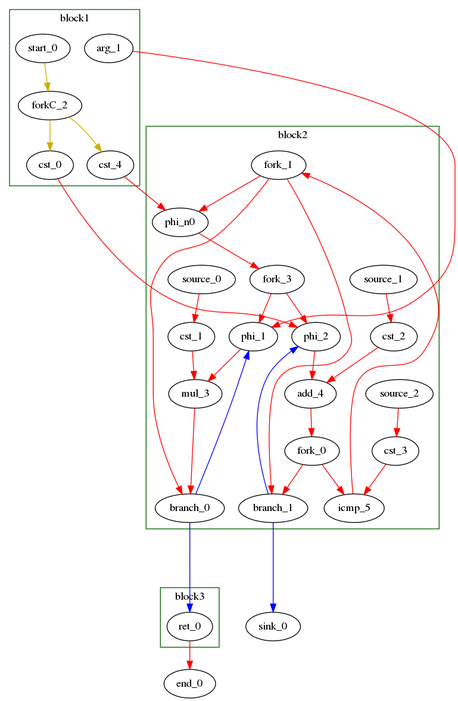
Above: Regression_test/examples/fir/reports/fir.png in radigianluca/tagged-token-delivery (Graphviz), before the change. Its source is kept beside it as Regression_test/examples/fir/reports/fir.dot.
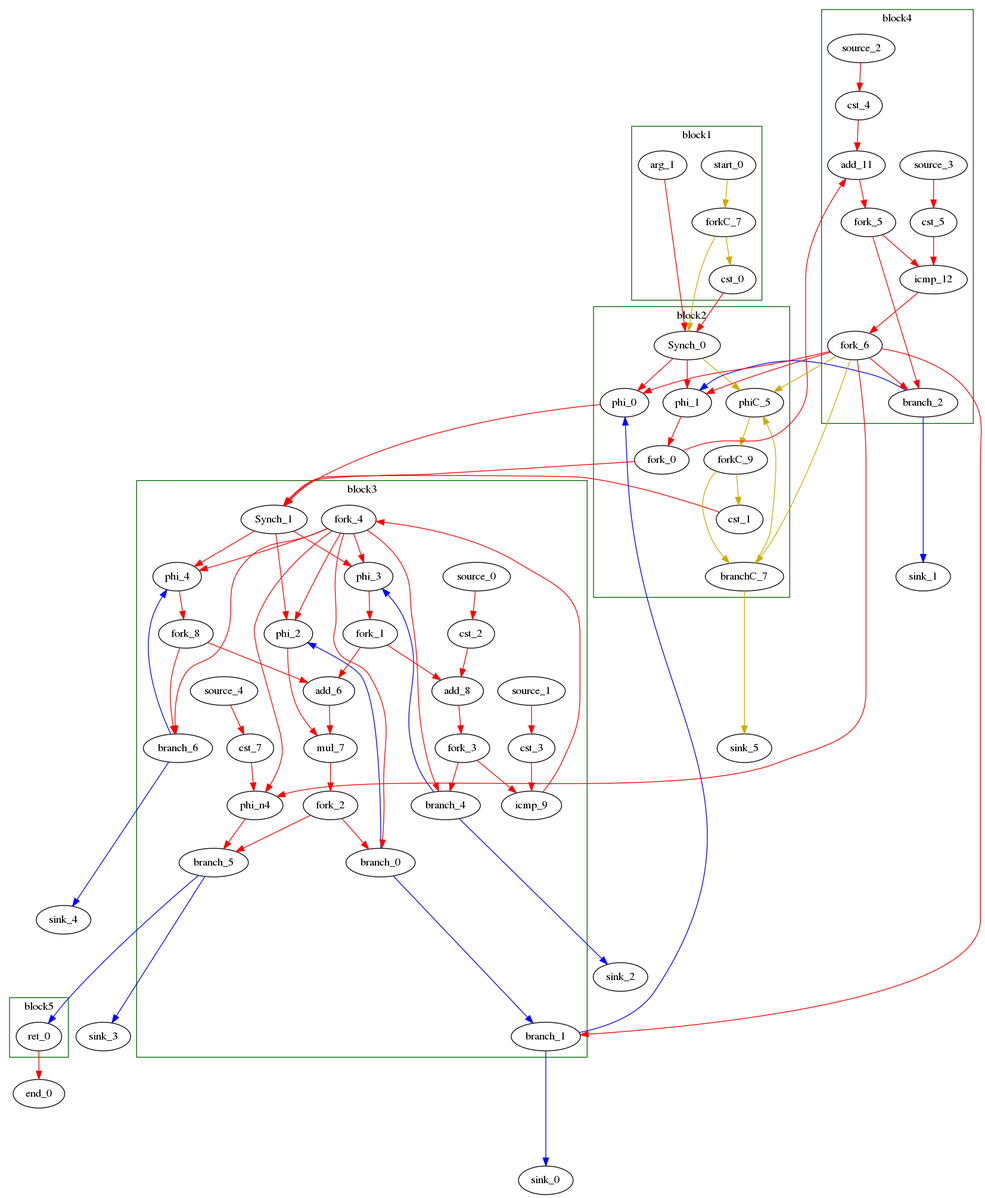
After the commit.

The edit, as a diff of the source:
```diff
@@ -7,72 +7,161 @@
 		"arg_1" [type = "Entry", bbID= 1, in = "in1:32", out = "out1:32"];
 		"cst_0" [type = "Constant", bbID= 1, in = "in1:32", out = "out1:32", value = "0x00000000"];
 		"start_0" [type = "Entry", control= "true", bbID= 1, in = "in1:0", out = "out1:0"];
-		"cst_4" [type = "Constant", bbID= 1, in = "in1:32", out = "out1:32", value = "0x00000001"];
-		"forkC_2" [type = "Fork", bbID= 1, in = "in1:0", out = "out1:0 out2:0 "];
+		"forkC_7" [type = "Fork", bbID= 1, in = "in1:0", out = "out1:0 out2:0 "];
 
 	}
 
 	subgraph cluster_1 {
 	color = "darkgreen";
 		label = "block2";
-		"phi_1" [type = "Mux", bbID= 2, in = "in1?:1 in2:32 in3:32 ", out = "out1:32", delay=0.366];
-		"phi_2" [type = "Mux", bbID= 2, in = "in1?:1 in2:32 in3:32 ", out = "out1:32", delay=0.366];
-		"cst_1" [type = "Constant", bbID= 2, in = "in1:32", out = "out1:32", value = "0x00000005"];
-		"mul_3" [type = "Operator", bbID= 2, op = "mul_op", in = "in1:32 in2:32 ", out = "out1:32 ", delay=0.000, latency=4, II=1];
-		"cst_2" [type = "Constant", bbID= 2, in = "in1:32", out = "out1:32", value = "0x00000001"];
-		"add_4" [type = "Operator", bbID= 2, op = "add_op", in = "in1:32 in2:32 ", out = "out1:32 ", delay=1.693, latency=0, II=1];
-		"cst_3" [type = "Constant", bbID= 2, in = "in1:32", out = "out1:32", value = "0x00000003"];
-		"icmp_5" [type = "Operator", bbID= 2, op = "icmp_ult_op", in = "in1:32 in2:32 ", out = "out1:1 ", delay=1.530, latency=0, II=1];
-		"source_0" [type = "Source", bbID= 2, out = "out1:0"];
-		"source_1" [type = "Source", bbID= 2, out = "out1:0"];
-		"source_2" [type = "Source", bbID= 2, out = "out1:0"];
-		"branch_0" [type = "Branch", bbID= 2,  in = "in1:32 in2?:1*i", out = "out1+:32 out2-:32"];
-		"phi_n0" [type = "Merge", bbID= 2, in = "in1:32 in2:32*i ", out = "out1:32", delay=0.366];
-		"branch_1" [type = "Branch", bbID= 2,  in = "in1:32 in2?:1*i", out = "out1+:32 out2-:32"];
+		"phi_0" [type = "LoopMux", bbID= 2, in = "in1?:1 in2:32 in3:32 ", out = "out1:32", delay=0.366];
+		"phi_1" [type = "LoopMux", bbID= 2, in = "in1?:1 in2:32 in3:32 ", out = "out1:32", delay=0.366];
+		"cst_1" [type = "Constant", bbID= 2, in = "in1:32", out = "out1:32", value = "0x00000000"];
+		"phiC_5" [type = "LoopMux", bbID= 2, in = "in1?:1 in2:0 in3:0 ", out = "out1:0", delay=0.166];
+		"branchC_7" [type = "Branch", bbID= 2,  in = "in1:0 in2?:1*i", out = "out1+:0 out2-:0"];
+		"Synch_0" [type = "Synch", bbID= 2, in = " in1:32 in2:32 in3:32", out = " out1:32 out2:32 out3:32"];
 		"fork_0" [type = "Fork", bbID= 2, in = "in1:32", out = "out1:32 out2:32 "];
-		"fork_1" [type = "Fork", bbID= 2, in = "in1:32", out = "out1:32 out2:32 out3:32 "];
-		"fork_3" [type = "Fork", bbID= 2, in = "in1:32", out = "out1:32 out2:32 "];
+		"forkC_9" [type = "Fork", bbID= 2, in = "in1:0", out = "out1:0 out2:0 "];
 
 	}
 
 	subgraph cluster_2 {
 	color = "darkgreen";
 		label = "block3";
-		"ret_0" [type = "Operator", bbID= 3, op = "ret_op", in = "in1:32 ", out = "out1:32 ", delay=0.000, latency=0, II=1];
+		"phi_2" [type = "LoopMux", bbID= 3, in = "in1?:1 in2:32 in3:32 ", out = "out1:32", delay=0.366];
+		"phi_3" [type = "LoopMux", bbID= 3, in = "in1?:1 in2:32 in3:32 ", out = "out1:32", delay=0.366];
+		"add_6" [type = "Operator", bbID= 3, op = "add_op", in = "in1:32 in2:32 ", out = "out1:32 ", delay=1.693, latency=0, II=1];
+		"mul_7" [type = "Operator", bbID= 3, op = "mul_op", in = "in1:32 in2:32 ", out = "out1:32 ", delay=0.000, latency=4, II=1];
+		"cst_2" [type = "Constant", bbID= 3, in = "in1:32", out = "out1:32", value = "0x00000001"];
+		"add_8" [type = "Operator", bbID= 3, op = "add_op", in = "in1:32 in2:32 ", out = "out1:32 ", delay=1.693, latency=0, II=1];
+		"cst_3" [type = "Constant", bbID= 3, in = "in1:32", out = "out1:32", value = "0x0000000A"];
+		"icmp_9" [type = "Operator", bbID= 3, op = "icmp_ult_op", in = "in1:32 in2:32 ", out = "out1:1 ", delay=1.530, latency=0, II=1];
+		"source_0" [type = "Source", bbID= 3, out = "out1:0"];
+		"source_1" [type = "Source", bbID= 3, out = "out1:0"];
+		"phi_4" [type = "LoopMux", bbID= 3, in = "in1?:1 in2:32 in3:32 ", out = "out1:32", delay=0.366];
+		"branch_0" [type = "Branch", bbID= 3,  in = "in1:32 in2?:1", out = "out1+:32 out2-:32"];
+		"branch_1" [type = "Branch", bbID= 3,  in = "in1:32 in2?:1*i", out = "out1+:32 out2-:32"];
+		"branch_4" [type = "Branch", bbID= 3,  in = "in1:32 in2?:1*i", out = "out1+:32 out2-:32"];
+		"phi_n4" [type = "Mux", bbID= 3, in = "in1?:1 in2:32 in3:32 ", out = "out1:32", delay=0.366];
+		"cst_7" [type = "Constant", bbID= 3, in = "in1:32", out = "out1:32", value = "0x00000001"];
+		"source_4" [type = "Source", bbID= 3, out = "out1:0"];
+		"branch_5" [type = "Branch", bbID= 3,  in = "in1:32 in2?:1", out = "out1+:32 out2-:32"];
+		"branch_6" [type = "Branch", bbID= 3,  in = "in1:32 in2?:1*i", out = "out1+:32 out2-:32"];
+		"Synch_1" [type = "Synch", bbID= 3, in = " in1:32 in2:32 in3:32", out = " out1:32 out2:32 out3:32"];
+		"fork_1" [type = "Fork", bbID= 3, in = "in1:32", out = "out1:32 out2:32 "];
+		"fork_2" [type = "Fork", bbID= 3, in = "in1:32", out = "out1:32 out2:32 "];
+		"fork_3" [type = "Fork", bbID= 3, in = "in1:32", out = "out1:32 out2:32 "];
+		"fork_4" [type = "Fork", bbID= 3, in = "in1:32", out = "out1:32 out2:32 out3:32 out4:32 out5:32 out6:32 out7:32 "];
+		"fork_8" [type = "Fork", bbID= 3, in = "in1:32", out = "out1:32 out2:32 "];
+
+	}
+
+	subgraph cluster_3 {
+	color = "darkgreen";
+		label = "block4";
+		"cst_4" [type = "Constant", bbID= 4, in = "in1:32", out = "out1:32", value = "0x00000001"];
+		"add_11" [type = "Operator", bbID= 4, op = "add_op", in = "in1:32 in2:32 ", out = "out1:32 ", delay=1.693, latency=0, II=1];
+		"cst_5" [type = "Constant", bbID= 4, in = "in1:32", out = "out1:32", value = "0x0000000A"];
+		"icmp_12" [type = "Operator", bbID= 4, op = "icmp_ult_op", in = "in1:32 in2:32 ", out = "out1:1 ", delay=1.530, latency=0, II=1];
+		"source_2" [type = "Source", bbID= 4, out = "out1:0"];
+		"source_3" [type = "Source", bbID= 4, out = "out1:0"];
+		"branch_2" [type = "Branch", bbID= 4,  in = "in1:32 in2?:1*i", out = "out1+:32 out2-:32"];
+		"fork_5" [type = "Fork", bbID= 4, in = "in1:32", out = "out1:32 out2:32 "];
+		"fork_6" [type = "Fork", bbID= 4, in = "in1:32", out = "out1:32 out2:32 out3:32 out4:32 out5:32 out6:32 out7:32 "];
+
+	}
+
+	subgraph cluster_4 {
+	color = "darkgreen";
+		label = "block5";
+		"ret_0" [type = "Operator", bbID= 5, op = "ret_op", in = "in1:32 ", out = "out1:32 ", delay=0.000, latency=0, II=1];
 
 	}
 	"sink_0" [type = "Sink", bbID= 0, in = "in1:32"];
+	"sink_1" [type = "Sink", bbID= 0, in = "in1:32"];
+	"sink_2" [type = "Sink", bbID= 0, in = "in1:32"];
+	"sink_3" [type = "Sink", bbID= 0, in = "in1:32"];
+	"sink_4" [type = "Sink", bbID= 0, in = "in1:32"];
+	"sink_5" [type = "Sink", bbID= 0, in = "in1:0"];
 	"end_0" [type = "Exit", bbID= 0, in = "in1:32 ", out = "out1:32"];
 
-	"arg_1" -> "phi_1" [color = "red", from = "out1", to = "in3"];
-	"phi_1" -> "mul_3" [color = "red", from = "out1", to = "in1"];
-	"cst_0" -> "phi_2" [color = "red", from = "out1", to = "in3"];
-	"phi_2" -> "add_4" [color = "red", from = "out1", to = "in1"];
-	"cst_1" -> "mul_3" [color = "red", from = "out1", to = "in2"];
-	"mul_3" -> "branch_0" [color = "red", from = "out1", to = "in1"];
-	"cst_2" -> "add_4" [color = "red", from = "out1", to = "in2"];
-	"add_4" -> "fork_0" [color = "red", from = "out1", to = "in1"];
-	"cst_3" -> "icmp_5" [color = "red", from = "out1", to = "in2"];
-	"icmp_5" -> "fork_1" [color = "red", from = "out1", to = "in1"];
+	"arg_1" -> "Synch_0" [color = "red", from = "out1", to = "in1"];
+	"phi_0" -> "Synch_1" [color = "red", from = "out1", to = "in1"];
+	"cst_0" -> "Synch_0" [color = "red", from = "out1", to = "in2"];
+	"phi_1" -> "fork_0" [color = "red", from = "out1", to = "in1"];
+	"phi_2" -> "mul_7" [color = "red", from = "out1", to = "in1"];
+	"cst_1" -> "Synch_1" [color = "red", from = "out1", to = "in2"];
+	"phi_3" -> "fork_1" [color = "red", from = "out1", to = "in1"];
+	"add_6" -> "mul_7" [color = "red", from = "out1", to = "in2"];
+	"mul_7" -> "fork_2" [color = "red", from = "out1", to = "in1"];
+	"cst_2" -> "add_8" [color = "red", from = "out1", to = "in2"];
+	"add_8" -> "fork_3" [color = "red", from = "out1", to = "in1"];
+	"cst_3" -> "icmp_9" [color = "red", from = "out1", to = "in2"];
+	"icmp_9" -> "fork_4" [color = "red", from = "out1", to = "in1"];
+	"cst_4" -> "add_11" [color = "red", from = "out1", to = "in2"];
+	"add_11" -> "fork_5" [color = "red", from = "out1", to = "in1"];
+	"cst_5" -> "icmp_12" [color = "red", from = "out1", to = "in2"];
+	"icmp_12" -> "fork_6" [color = "red", from = "out1", to = "in1"];
 	"ret_0" -> "end_0" [color = "red", from = "out1", to = "in1"];
-	"source_0" -> "cst_1" [color = "red", from = "out1", to = "in1"];
-	"source_1" -> "cst_2" [color = "red", from = "out1", to = "in1"];
-	"source_2" -> "cst_3" [color = "red", from = "out1", to = "in1"];
-	"start_0" -> "forkC_2" [color = "gold3", from = "out1", to = "in1"];
-	"branch_0" -> "ret_0" [color = "blue", minlen = 3, from = "out1", to = "in1"];
-	"branch_0" -> "phi_1" [color = "blue", minlen = 3, from = "out2", to = "in2"];
-	"phi_n0" -> "fork_3" [color = "red", from = "out1", to = "in1"];
-	"cst_4" -> "phi_n0" [color = "red", from = "out1", to = "in1"];
+	"source_0" -> "cst_2" [color = "red", from = "out1", to = "in1"];
+	"source_1" -> "cst_3" [color = "red", from = "out1", to = "in1"];
+	"source_2" -> "cst_4" [color = "red", from = "out1", to = "in1"];
+	"source_3" -> "cst_5" [color = "red", from = "out1", to = "in1"];
+	"start_0" -> "forkC_7" [color = "gold3", from = "out1", to = "in1"];
+	"phi_4" -> "fork_8" [color = "red", from = "out1", to = "in1"];
+	"phiC_5" -> "forkC_9" [color = "gold3", from = "out1", to = "in1"];
+	"branch_0" -> "phi_2" [color = "blue", minlen = 3, from = "out1", to = "in3"];
+	"branch_0" -> "branch_1" [color = "blue", minlen = 3, from = "out2", to = "in1"];
 	"branch_1" -> "sink_0" [color = "blue", minlen = 3, from = "out1", to = "in1"];
-	"branch_1" -> "phi_2" [color = "blue", minlen = 3, from = "out2", to = "in2"];
-	"fork_0" -> "icmp_5" [color = "red", from = "out1", to = "in1"];
-	"fork_0" -> "branch_1" [color = "red", from = "out2", to = "in1"];
-	"fork_1" -> "branch_0" [color = "red", from = "out1", to = "in2"];
-	"fork_1" -> "phi_n0" [color = "red", from = "out2", to = "in2"];
-	"fork_1" -> "branch_1" [color = "red", from = "out3", to = "in2"];
-	"forkC_2" -> "cst_0" [color = "gold3", from = "out1", to = "in1"];
-	"forkC_2" -> "cst_4" [color = "gold3", from = "out2", to = "in1"];
-	"fork_3" -> "phi_1" [color = "red", from = "out1", to = "in1"];
-	"fork_3" -> "phi_2" [color = "red", from = "out2", to = "in1"];
+	"branch_1" -> "phi_0" [color = "blue", minlen = 3, from = "out2", to = "in3"];
+	"branch_2" -> "sink_1" [color = "blue", minlen = 3, from = "out1", to = "in1"];
+	"branch_2" -> "phi_1" [color = "blue", minlen = 3, from = "out2", to = "in3"];
+	"branch_4" -> "sink_2" [color = "blue", minlen = 3, from = "out1", to = "in1"];
+	"branch_4" -> "phi_3" [color = "blue", minlen = 3, from = "out2", to = "in3"];
+	"phi_n4" -> "branch_5" [color = "red", from = "out1", to = "in2"];
+	"cst_7" -> "phi_n4" [color = "red", from = "out1", to = "in3"];
+	"source_4" -> "cst_7" [color = "red", from = "out1", to = "in1"];
+	"branch_5" -> "sink_3" [color = "blue", minlen = 3, from = "out1", to = "in1"];
+	"branch_5" -> "ret_0" [color = "blue", minlen = 3, from = "out2", to = "in1"];
+	"branch_6" -> "sink_4" [color = "blue", minlen = 3, from = "out1", to = "in1"];
+	"branch_6" -> "phi_4" [color = "blue", minlen = 3, from = "out2", to = "in3"];
+	"branchC_7" -> "sink_5" [color = "gold3", minlen = 3, from = "out1", to = "in1"];
+	"branchC_7" -> "phiC_5" [color = "gold3", minlen = 3, from = "out2", to = "in3"];
+	"Synch_0" -> "phi_0" [color = "red", from = "out1", to = "in2"];
+	"Synch_0" -> "phi_1" [color = "red", from = "out2", to = "in2"];
+	"Synch_0" -> "phiC_5" [color = "gold3", from = "out3", to = "in2"];
+	"Synch_1" -> "phi_2" [color = "red", from = "out1", to = "in2"];
+	"Synch_1" -> "phi_3" [color = "red", from = "out2", to = "in2"];
+	"Synch_1" -> "phi_4" [color = "red", from = "out3", to = "in2"];
+	"fork_0" -> "Synch_1" [color = "red", from = "out1", to = "in3"];
+	"fork_0" -> "add_11" [color = "red", from = "out2", to = "in1"];
+	"fork_1" -> "add_6" [color = "red", from = "out1", to = "in2"];
+	"fork_1" -> "add_8" [color = "red", from = "out2", to = "in1"];
+	"fork_2" -> "branch_5" [color = "red", from = "out1", to = "in1"];
+	"fork_2" -> "branch_0" [color = "red", from = "out2", to = "in1"];
+	"fork_3" -> "icmp_9" [color = "red", from = "out1", to = "in1"];
+	"fork_3" -> "branch_4" [color = "red", from = "out2", to = "in1"];
+	"fork_4" -> "branch_0" [color = "red", from = "out1", to = "in2"];
+	"fork_4" -> "branch_4" [color = "red", from = "out2", to = "in2"];
+	"fork_4" -> "phi_n4" [color = "red", from = "out3", to = "in1"];
+	"fork_4" -> "branch_6" [color = "red", from = "out4", to = "in2"];
+	"fork_4" -> "phi_2" [color = "red", from = "out5", to = "in1"];
+	"fork_4" -> "phi_3" [color = "red", from = "out6", to = "in1"];
+	"fork_4" -> "phi_4" [color = "red", from = "out7", to = "in1"];
+	"fork_5" -> "icmp_12" [color = "red", from = "out1", to = "in1"];
+	"fork_5" -> "branch_2" [color = "red", from = "out2", to = "in1"];
+	"fork_6" -> "branch_1" [color = "red", from = "out1", to = "in2"];
+	"fork_6" -> "branch_2" [color = "red", from = "out2", to = "in2"];
+	"fork_6" -> "phi_n4" [color = "red", from = "out3", to = "in2"];
+	"fork_6" -> "branchC_7" [color = "gold3", from = "out4", to = "in2"];
+	"fork_6" -> "phi_0" [color = "red", from = "out5", to = "in1"];
+	"fork_6" -> "phi_1" [color = "red", from = "out6", to = "in1"];
+	"fork_6" -> "phiC_5" [color = "gold3", from = "out7", to = "in1"];
+	"forkC_7" -> "cst_0" [color = "gold3", from = "out1", to = "in1"];
+	"forkC_7" -> "Synch_0" [color = "gold3", from = "out2", to = "in3"];
+	"fork_8" -> "add_6" [color = "red", from = "out1", to = "in1"];
+	"fork_8" -> "branch_6" [color = "red", from = "out2", to = "in1"];
+	"forkC_9" -> "cst_1" [color = "gold3", from = "out1", to = "in1"];
+	"forkC_9" -> "branchC_7" [color = "gold3", from = "out2", to = "in1"];
 
 }
```
